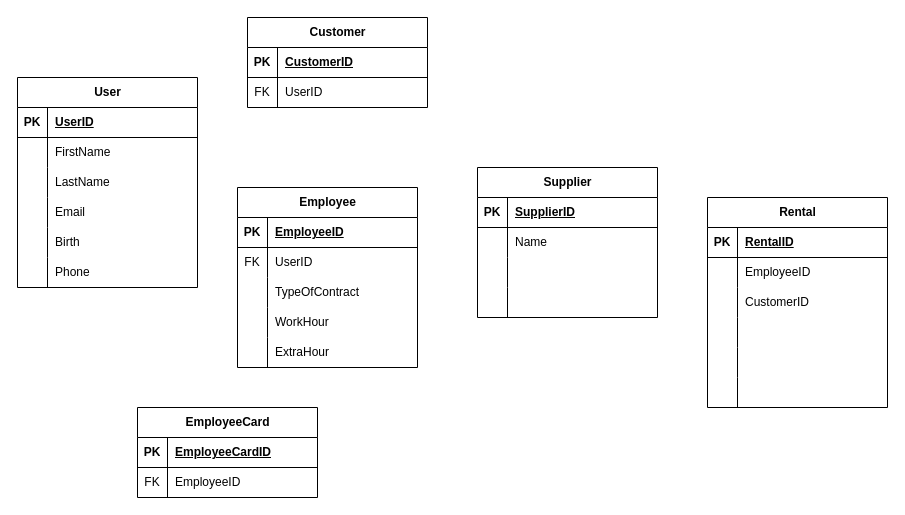
DavideDamico/ITS-Steve-Jobs keeps this draw.io diagram as SteveJobs/DATA-MANAGEMENT/biblioteca_diagramma_er.dio. Above is the earlier version. Source tidied: cells renumbered, new cells numbered last; positions are measured from the earlier drawing's top-left corner, leaving out a move shared by most shapes. Both pictures are drawn from the tidied source at 100%, with x=0, y=0 at pixel (17, 17).
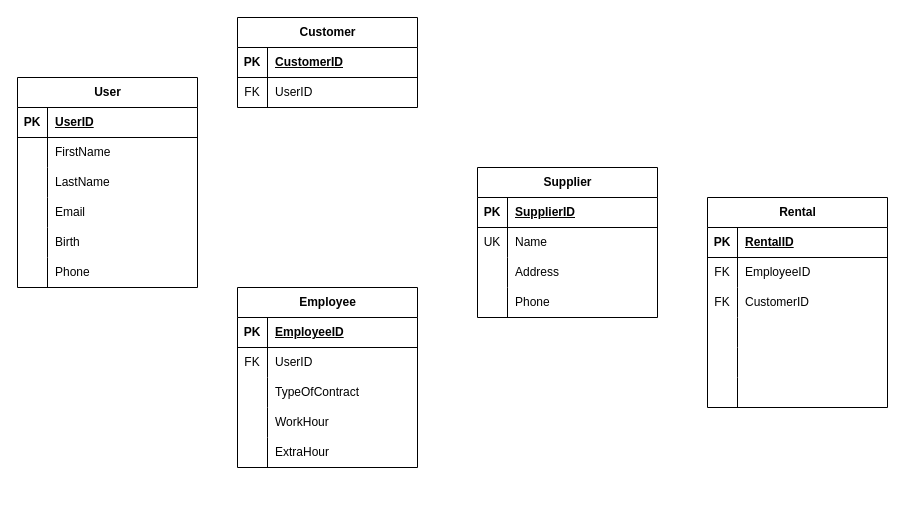
After the change.

Commit message:
Modifiche diagramma er biblioteca

Unchanged cells that the change refers to:
```xml
<mxCell id="55" style="shape=tableRow;horizontal=0;startSize=0;swimlaneHead=0;swimlaneBody=0;fillColor=none;top=0;left=0;right=0;bottom=0;" parent="51" vertex="1">
  <mxGeometry y="60" width="180" height="30" as="geometry" />
</mxCell>
<mxCell id="58" style="shape=tableRow;horizontal=0;startSize=0;swimlaneHead=0;swimlaneBody=0;fillColor=none;top=0;left=0;right=0;bottom=0;" parent="51" vertex="1">
  <mxGeometry y="90" width="180" height="30" as="geometry" />
</mxCell>
<mxCell id="61" style="shape=tableRow;horizontal=0;startSize=0;swimlaneHead=0;swimlaneBody=0;fillColor=none;top=0;left=0;right=0;bottom=0;" parent="51" vertex="1">
  <mxGeometry y="120" width="180" height="30" as="geometry" />
</mxCell>
<mxCell id="68" style="shape=tableRow;horizontal=0;startSize=0;swimlaneHead=0;swimlaneBody=0;fillColor=none;top=0;left=0;right=0;bottom=0;" parent="64" vertex="1">
  <mxGeometry y="60" width="180" height="30" as="geometry" />
</mxCell>
<mxCell id="71" style="shape=tableRow;horizontal=0;startSize=0;swimlaneHead=0;swimlaneBody=0;fillColor=none;top=0;left=0;right=0;bottom=0;" parent="64" vertex="1">
  <mxGeometry y="90" width="180" height="30" as="geometry" />
</mxCell>
```

Diff of the diagram source:
```diff
@@
     <mxCell id="21" value="Customer" style="shape=table;startSize=30;childLayout=tableLayout;rowLines=0;fontStyle=1;align=center;html=1;" parent="1" vertex="1">
-      <mxGeometry x="230" width="180" height="90" as="geometry" />
+      <mxGeometry x="220" width="180" height="90" as="geometry" />
     </mxCell>
@@
     <mxCell id="28" value="Employee" style="shape=table;startSize=30;childLayout=tableLayout;rowLines=0;fontStyle=1;align=center;html=1;" parent="1" vertex="1">
-      <mxGeometry x="220" y="170" width="180" height="180" as="geometry" />
+      <mxGeometry x="220" y="270" width="180" height="180" as="geometry" />
     </mxCell>
@@
-    <mxCell id="44" value="EmployeeCard" style="shape=table;startSize=30;childLayout=tableLayout;rowLines=0;fontStyle=1;align=center;html=1;" parent="1" vertex="1">
-      <mxGeometry x="120" y="390" width="180" height="90" as="geometry" />
-    </mxCell>
-    <mxCell id="45" style="shape=tableRow;horizontal=0;startSize=0;swimlaneHead=0;swimlaneBody=0;fillColor=none;top=0;left=0;right=0;bottom=1;" parent="44" vertex="1">
-      <mxGeometry y="30" width="180" height="30" as="geometry" />
-    </mxCell>
-    <mxCell id="46" value="PK" style="shape=partialRectangle;fillColor=none;top=0;left=0;bottom=0;right=0;fontStyle=1;overflow=hidden;whiteSpace=wrap;html=1;" parent="45" vertex="1">
-      <mxGeometry width="30" height="30" as="geometry" />
-    </mxCell>
-    <mxCell id="47" value="EmployeeCardID" style="shape=partialRectangle;fillColor=none;top=0;left=0;bottom=0;right=0;align=left;spacingLeft=6;fontStyle=5;overflow=hidden;whiteSpace=wrap;html=1;" parent="45" vertex="1">
-      <mxGeometry x="30" width="150" height="30" as="geometry" />
-    </mxCell>
-    <mxCell id="48" style="shape=tableRow;horizontal=0;startSize=0;swimlaneHead=0;swimlaneBody=0;fillColor=none;top=0;left=0;right=0;bottom=0;" parent="44" vertex="1">
-      <mxGeometry y="60" width="180" height="30" as="geometry" />
-    </mxCell>
-    <mxCell id="49" value="FK" style="shape=partialRectangle;fillColor=none;top=0;left=0;bottom=0;right=0;overflow=hidden;whiteSpace=wrap;html=1;" parent="48" vertex="1">
-      <mxGeometry width="30" height="30" as="geometry" />
-    </mxCell>
-    <mxCell id="50" value="EmployeeID" style="shape=partialRectangle;fillColor=none;top=0;left=0;bottom=0;right=0;align=left;spacingLeft=6;overflow=hidden;whiteSpace=wrap;html=1;" parent="48" vertex="1">
-      <mxGeometry x="30" width="150" height="30" as="geometry" />
-    </mxCell>
@@
-    <mxCell id="56" style="shape=partialRectangle;fillColor=none;top=0;left=0;bottom=0;right=0;overflow=hidden;whiteSpace=wrap;html=1;" parent="55" vertex="1">
+    <mxCell id="56" value="UK" style="shape=partialRectangle;fillColor=none;top=0;left=0;bottom=0;right=0;overflow=hidden;whiteSpace=wrap;html=1;" parent="55" vertex="1">
       <mxGeometry width="30" height="30" as="geometry" />
     </mxCell>
@@
-    <mxCell id="60" style="shape=partialRectangle;fillColor=none;top=0;left=0;bottom=0;right=0;align=left;spacingLeft=6;overflow=hidden;whiteSpace=wrap;html=1;" parent="58" vertex="1">
+    <mxCell id="60" value="Address" style="shape=partialRectangle;fillColor=none;top=0;left=0;bottom=0;right=0;align=left;spacingLeft=6;overflow=hidden;whiteSpace=wrap;html=1;" parent="58" vertex="1">
       <mxGeometry x="30" width="150" height="30" as="geometry" />
     </mxCell>
@@
-    <mxCell id="63" style="shape=partialRectangle;fillColor=none;top=0;left=0;bottom=0;right=0;align=left;spacingLeft=6;overflow=hidden;whiteSpace=wrap;html=1;" parent="61" vertex="1">
+    <mxCell id="63" value="Phone" style="shape=partialRectangle;fillColor=none;top=0;left=0;bottom=0;right=0;align=left;spacingLeft=6;overflow=hidden;whiteSpace=wrap;html=1;" parent="61" vertex="1">
       <mxGeometry x="30" width="150" height="30" as="geometry" />
     </mxCell>
@@
-    <mxCell id="69" style="shape=partialRectangle;fillColor=none;top=0;left=0;bottom=0;right=0;overflow=hidden;whiteSpace=wrap;html=1;" parent="68" vertex="1">
+    <mxCell id="69" value="FK" style="shape=partialRectangle;fillColor=none;top=0;left=0;bottom=0;right=0;overflow=hidden;whiteSpace=wrap;html=1;" parent="68" vertex="1">
       <mxGeometry width="30" height="30" as="geometry" />
     </mxCell>
@@
-    <mxCell id="72" style="shape=partialRectangle;fillColor=none;top=0;left=0;bottom=0;right=0;overflow=hidden;whiteSpace=wrap;html=1;" parent="71" vertex="1">
+    <mxCell id="72" value="FK" style="shape=partialRectangle;fillColor=none;top=0;left=0;bottom=0;right=0;overflow=hidden;whiteSpace=wrap;html=1;" parent="71" vertex="1">
       <mxGeometry width="30" height="30" as="geometry" />
     </mxCell>
```
